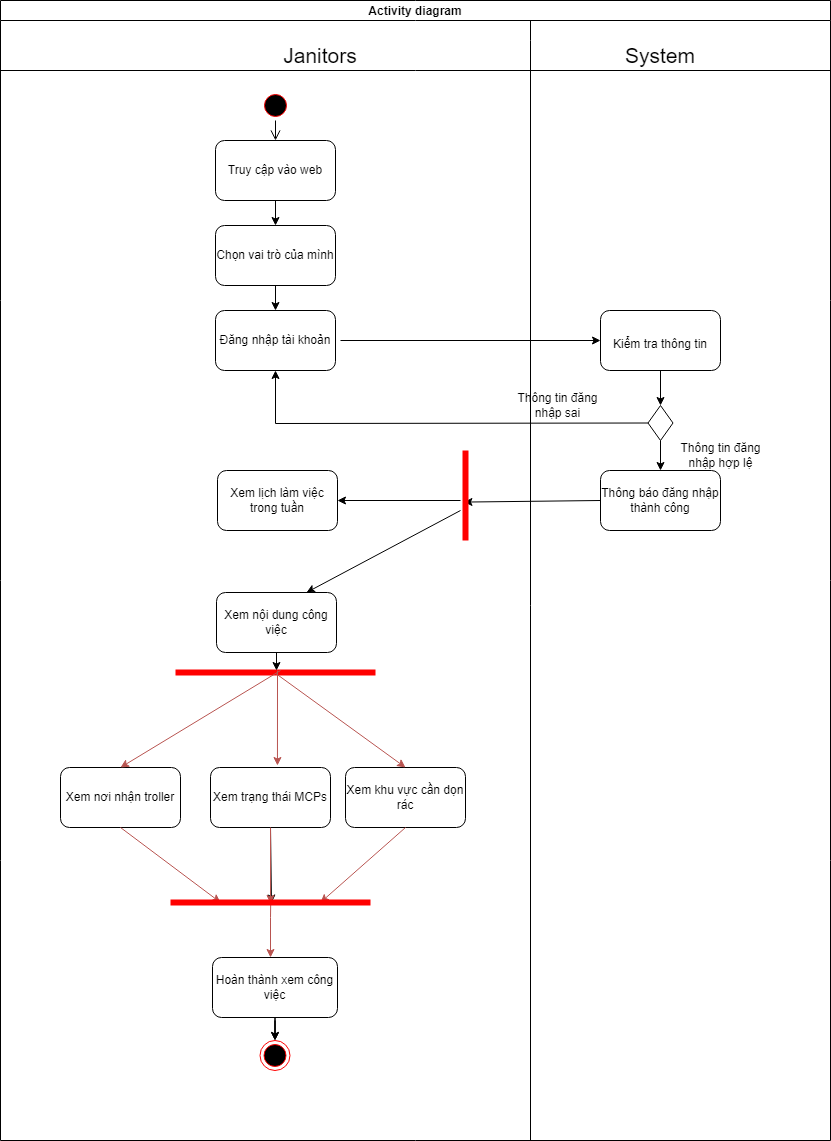
Above: System Modeling/Untitled Diagram.drawio.png in diyuenji/SE_assignment (draw.io), before the change. Source tidied: cells renumbered, new cells last; positions are measured from the earlier drawing's top-left corner, leaving out a move shared by most shapes. Source of this version:
```xml
<mxGraphModel>
  <root>
    <mxCell id="0" />
    <mxCell id="1" parent="0" />
    <mxCell id="2" value="Activity diagram" style="shape=table;startSize=20;rowLines=0;fontStyle=1;align=center;" parent="1" vertex="1">
      <mxGeometry width="830" height="1140" as="geometry" />
    </mxCell>
    <mxCell id="3" style="shape=tableRow;horizontal=0;startSize=0;swimlaneHead=0;swimlaneBody=0;fillColor=none;top=0;left=0;right=0;bottom=0;" parent="2" vertex="1">
      <mxGeometry y="20" width="830" height="20" as="geometry" />
    </mxCell>
    <mxCell id="4" style="shape=partialRectangle;fillColor=none;top=0;left=0;bottom=0;right=0;fontStyle=1;overflow=hidden;" parent="3" vertex="1">
      <mxGeometry width="530" height="20" as="geometry" />
    </mxCell>
    <mxCell id="5" style="shape=partialRectangle;fillColor=none;top=0;left=0;bottom=0;right=0;align=left;spacingLeft=6;fontStyle=5;overflow=hidden;" parent="3" vertex="1">
      <mxGeometry x="530" width="300" height="20" as="geometry" />
    </mxCell>
    <mxCell id="6" style="shape=tableRow;horizontal=0;startSize=0;swimlaneHead=0;swimlaneBody=0;fillColor=none;top=0;left=0;right=0;bottom=1;" parent="2" vertex="1">
      <mxGeometry y="40" width="830" height="30" as="geometry" />
    </mxCell>
    <mxCell id="7" style="shape=partialRectangle;fillColor=none;top=0;left=0;bottom=0;right=0;fontStyle=1;overflow=hidden;" parent="6" vertex="1">
      <mxGeometry width="530" height="30" as="geometry" />
    </mxCell>
    <mxCell id="8" style="shape=partialRectangle;fillColor=none;top=0;left=0;bottom=0;right=0;align=left;spacingLeft=6;fontStyle=5;overflow=hidden;" parent="6" vertex="1">
      <mxGeometry x="530" width="300" height="30" as="geometry" />
    </mxCell>
    <mxCell id="9" style="shape=tableRow;horizontal=0;startSize=0;swimlaneHead=0;swimlaneBody=0;fillColor=none;top=0;left=0;right=0;bottom=0;" parent="2" vertex="1">
      <mxGeometry y="70" width="830" height="1070" as="geometry" />
    </mxCell>
    <mxCell id="10" style="shape=partialRectangle;fillColor=none;top=0;left=0;bottom=0;right=0;overflow=hidden;" parent="9" vertex="1">
      <mxGeometry width="530" height="1070" as="geometry" />
    </mxCell>
    <mxCell id="11" style="shape=partialRectangle;fillColor=none;top=0;left=0;bottom=0;right=0;align=left;spacingLeft=6;overflow=hidden;" parent="9" vertex="1">
      <mxGeometry x="530" width="300" height="1070" as="geometry" />
    </mxCell>
    <mxCell id="12" value="Đăng nhập tài khoản" style="rounded=1;whiteSpace=wrap;html=1;fillColor=#FFFFFF;" parent="1" vertex="1">
      <mxGeometry x="215" y="310" width="120" height="60" as="geometry" />
    </mxCell>
    <mxCell id="13" style="rhombus;whiteSpace=wrap;html=1;" parent="1" vertex="1">
      <mxGeometry x="647.5" y="405" width="25" height="35" as="geometry" />
    </mxCell>
    <mxCell id="14" value="&lt;font style=&quot;font-size: 12px;&quot;&gt;Kiểm tra thông tin&lt;/font&gt;" style="rounded=1;whiteSpace=wrap;html=1;fontSize=21;fillColor=#FFFFFF;" parent="1" vertex="1">
      <mxGeometry x="600" y="310" width="120" height="60" as="geometry" />
    </mxCell>
    <mxCell id="15" value="&lt;font style=&quot;font-size: 21px;&quot;&gt;&lt;font style=&quot;font-size: 21px;&quot;&gt;Janitors&lt;/font&gt;&lt;/font&gt;" style="text;html=1;strokeColor=none;fillColor=none;align=center;verticalAlign=middle;whiteSpace=wrap;rounded=0;fontSize=21;" parent="1" vertex="1">
      <mxGeometry x="215" y="40" width="210" height="30" as="geometry" />
    </mxCell>
    <mxCell id="16" style="ellipse;html=1;shape=startState;fillColor=#000000;strokeColor=#ff0000;fontSize=21;" parent="1" vertex="1">
      <mxGeometry x="260" y="90" width="30" height="30" as="geometry" />
    </mxCell>
    <mxCell id="17" style="edgeStyle=orthogonalEdgeStyle;html=1;verticalAlign=bottom;endArrow=open;endSize=8;strokeColor=#000000;rounded=0;fontSize=21;entryX=0.5;entryY=0;entryDx=0;entryDy=0;exitX=0.5;exitY=1;exitDx=0;exitDy=0;" parent="1" edge="1" source="16" target="19">
      <mxGeometry relative="1" as="geometry" />
    </mxCell>
    <mxCell id="18" style="endArrow=classic;html=1;rounded=0;entryX=0;entryY=0.5;entryDx=0;entryDy=0;" parent="1" edge="1" target="14">
      <mxGeometry relative="1" as="geometry">
        <mxPoint x="340" y="340" as="sourcePoint" />
      </mxGeometry>
    </mxCell>
    <mxCell id="19" value="Truy cập vào web" style="rounded=1;whiteSpace=wrap;html=1;fillColor=#FFFFFF;" parent="1" vertex="1">
      <mxGeometry x="215" y="140" width="120" height="60" as="geometry" />
    </mxCell>
    <mxCell id="20" value="System" style="text;html=1;strokeColor=none;fillColor=none;align=center;verticalAlign=middle;whiteSpace=wrap;rounded=0;fontSize=21;" parent="1" vertex="1">
      <mxGeometry x="540" width="240" height="110" as="geometry" />
    </mxCell>
    <mxCell id="21" value="Thông báo đăng nhập thành công" style="rounded=1;whiteSpace=wrap;html=1;fontSize=12;fillColor=#FFFFFF;" parent="1" vertex="1">
      <mxGeometry x="600" y="470" width="120" height="60" as="geometry" />
    </mxCell>
    <mxCell id="22" value="Chọn vai trò của mình" style="rounded=1;whiteSpace=wrap;html=1;fontSize=12;fillColor=#FFFFFF;" parent="1" vertex="1">
      <mxGeometry x="215" y="225" width="120" height="60" as="geometry" />
    </mxCell>
    <mxCell id="23" style="endArrow=classic;html=1;rounded=0;exitX=0.5;exitY=1;exitDx=0;exitDy=0;entryX=0.5;entryY=0;entryDx=0;entryDy=0;" parent="1" edge="1" source="13" target="21">
      <mxGeometry relative="1" as="geometry" />
    </mxCell>
    <mxCell id="24" style="endArrow=classic;html=1;rounded=0;exitX=0.5;exitY=1;exitDx=0;exitDy=0;entryX=0.5;entryY=0;entryDx=0;entryDy=0;" parent="1" edge="1" source="14" target="13">
      <mxGeometry relative="1" as="geometry" />
    </mxCell>
    <mxCell id="25" style="endArrow=classic;html=1;rounded=0;exitX=0;exitY=0.5;exitDx=0;exitDy=0;entryX=0.5;entryY=1;entryDx=0;entryDy=0;" parent="1" edge="1" source="13" target="12">
      <mxGeometry relative="1" as="geometry">
        <Array as="points">
          <mxPoint x="275" y="423" />
        </Array>
      </mxGeometry>
    </mxCell>
    <mxCell id="26" value="Thông tin đăng nhập sai" style="text;html=1;strokeColor=none;fillColor=none;align=center;verticalAlign=middle;whiteSpace=wrap;rounded=0;" parent="1" vertex="1">
      <mxGeometry x="510" y="390" width="95" height="30" as="geometry" />
    </mxCell>
    <mxCell id="27" style="endArrow=classic;html=1;rounded=0;fontSize=12;exitX=0.5;exitY=1;exitDx=0;exitDy=0;entryX=0.5;entryY=0;entryDx=0;entryDy=0;" parent="1" edge="1" source="19" target="22">
      <mxGeometry relative="1" as="geometry" />
    </mxCell>
    <mxCell id="28" style="endArrow=classic;html=1;rounded=0;strokeColor=#000000;fontSize=21;fontColor=#000000;exitX=0.5;exitY=1;exitDx=0;exitDy=0;entryX=0.5;entryY=0;entryDx=0;entryDy=0;" parent="1" edge="1" source="22" target="12">
      <mxGeometry relative="1" as="geometry" />
    </mxCell>
    <mxCell id="29" value="Thông tin đăng nhập hợp lệ" style="text;html=1;strokeColor=none;fillColor=none;align=center;verticalAlign=middle;whiteSpace=wrap;rounded=0;" parent="1" vertex="1">
      <mxGeometry x="672.5" y="440" width="95" height="30" as="geometry" />
    </mxCell>
    <mxCell id="30" style="endArrow=classic;html=1;rounded=0;fontSize=12;exitX=0;exitY=0.5;exitDx=0;exitDy=0;entryX=0.573;entryY=0.657;entryDx=0;entryDy=0;entryPerimeter=0;" parent="1" edge="1" source="21" target="51">
      <mxGeometry relative="1" as="geometry" />
    </mxCell>
    <mxCell id="31" value="Xem lịch làm việc trong tuần&lt;br&gt;" style="rounded=1;whiteSpace=wrap;html=1;" parent="1" vertex="1">
      <mxGeometry x="217" y="470" width="120" height="60" as="geometry" />
    </mxCell>
    <mxCell id="32" value="Xem nội dung công việc" style="rounded=1;whiteSpace=wrap;html=1;" parent="1" vertex="1">
      <mxGeometry x="216" y="592" width="120" height="60" as="geometry" />
    </mxCell>
    <mxCell id="33" value="Xem khu vực cần dọn rác" style="rounded=1;whiteSpace=wrap;html=1;" parent="1" vertex="1">
      <mxGeometry x="345" y="767" width="120" height="60" as="geometry" />
    </mxCell>
    <mxCell id="34" value="Xem nơi nhận troller" style="rounded=1;whiteSpace=wrap;html=1;" parent="1" vertex="1">
      <mxGeometry x="60" y="767" width="120" height="60" as="geometry" />
    </mxCell>
    <mxCell id="35" value="Xem trạng thái MCPs" style="rounded=1;whiteSpace=wrap;html=1;" parent="1" vertex="1">
      <mxGeometry x="210" y="767" width="120" height="60" as="geometry" />
    </mxCell>
    <mxCell id="36" style="edgeStyle=orthogonalEdgeStyle;rounded=0;jettySize=auto;html=1;entryX=0.5;entryY=0;entryDx=0;entryDy=0;" parent="1" edge="1" source="37" target="40">
      <mxGeometry relative="1" as="geometry" />
    </mxCell>
    <mxCell id="37" value="Hoàn thành xem công việc" style="rounded=1;whiteSpace=wrap;html=1;" parent="1" vertex="1">
      <mxGeometry x="212" y="957" width="125" height="60" as="geometry" />
    </mxCell>
    <mxCell id="38" style="shape=line;html=1;strokeWidth=6;strokeColor=#ff0000;" parent="1" vertex="1">
      <mxGeometry x="175" y="667" width="200" height="10" as="geometry" />
    </mxCell>
    <mxCell id="39" style="endArrow=classic;html=1;rounded=0;strokeWidth=1;exitX=0.501;exitY=0.629;exitDx=0;exitDy=0;exitPerimeter=0;fillColor=#f8cecc;strokeColor=#b85450;" parent="1" edge="1" source="49">
      <mxGeometry relative="1" as="geometry">
        <mxPoint x="270" y="957" as="targetPoint" />
        <Array as="points">
          <mxPoint x="270" y="917" />
        </Array>
      </mxGeometry>
    </mxCell>
    <mxCell id="40" style="ellipse;html=1;shape=endState;fillColor=#000000;strokeColor=#ff0000;" parent="1" vertex="1">
      <mxGeometry x="259.5" y="1040" width="30" height="30" as="geometry" />
    </mxCell>
    <mxCell id="41" style="endArrow=classic;html=1;rounded=0;strokeWidth=1;exitX=0.5;exitY=1;exitDx=0;exitDy=0;entryX=0.25;entryY=0.5;entryDx=0;entryDy=0;entryPerimeter=0;fillColor=#f8cecc;strokeColor=#b85450;" parent="1" edge="1" source="34" target="49">
      <mxGeometry relative="1" as="geometry" />
    </mxCell>
    <mxCell id="42" style="endArrow=classic;html=1;rounded=0;strokeWidth=1;exitX=0.5;exitY=1;exitDx=0;exitDy=0;entryX=0.505;entryY=0.552;entryDx=0;entryDy=0;entryPerimeter=0;" parent="1" edge="1" source="35" target="49">
      <mxGeometry relative="1" as="geometry" />
    </mxCell>
    <mxCell id="43" style="endArrow=classic;html=1;rounded=0;strokeWidth=1;exitX=0.5;exitY=1;exitDx=0;exitDy=0;fillColor=#f8cecc;strokeColor=#b85450;entryX=0.5;entryY=0.6;entryDx=0;entryDy=0;entryPerimeter=0;" parent="1" edge="1" target="49">
      <mxGeometry relative="1" as="geometry">
        <mxPoint x="270" y="827" as="sourcePoint" />
      </mxGeometry>
    </mxCell>
    <mxCell id="44" style="endArrow=classic;html=1;rounded=0;strokeWidth=1;exitX=0.5;exitY=1;exitDx=0;exitDy=0;entryX=0.75;entryY=0.5;entryDx=0;entryDy=0;entryPerimeter=0;fillColor=#f8cecc;strokeColor=#b85450;" parent="1" edge="1" source="33" target="49">
      <mxGeometry relative="1" as="geometry" />
    </mxCell>
    <mxCell id="45" style="endArrow=classic;html=1;rounded=0;strokeColor=#b85450;strokeWidth=1;entryX=0.5;entryY=0;entryDx=0;entryDy=0;fillColor=#f8cecc;exitX=0.525;exitY=0.3;exitDx=0;exitDy=0;exitPerimeter=0;" parent="1" edge="1" source="38" target="34">
      <mxGeometry relative="1" as="geometry" />
    </mxCell>
    <mxCell id="46" style="endArrow=classic;html=1;rounded=0;strokeColor=#000000;strokeWidth=1;exitX=0.5;exitY=1;exitDx=0;exitDy=0;entryX=0.505;entryY=0.3;entryDx=0;entryDy=0;entryPerimeter=0;" parent="1" edge="1" source="32" target="38">
      <mxGeometry relative="1" as="geometry" />
    </mxCell>
    <mxCell id="47" style="endArrow=classic;html=1;rounded=0;strokeColor=#b85450;strokeWidth=1;entryX=0.558;entryY=-0.033;entryDx=0;entryDy=0;entryPerimeter=0;fillColor=#f8cecc;" parent="1" edge="1" target="35">
      <mxGeometry relative="1" as="geometry">
        <mxPoint x="277" y="670" as="sourcePoint" />
      </mxGeometry>
    </mxCell>
    <mxCell id="48" style="endArrow=classic;html=1;rounded=0;fillColor=#f8cecc;strokeColor=#b85450;exitX=0.503;exitY=0.624;exitDx=0;exitDy=0;exitPerimeter=0;entryX=0.5;entryY=0;entryDx=0;entryDy=0;" parent="1" edge="1" source="38" target="33">
      <mxGeometry relative="1" as="geometry" />
    </mxCell>
    <mxCell id="49" style="shape=line;html=1;strokeWidth=6;strokeColor=#ff0000;" parent="1" vertex="1">
      <mxGeometry x="170" y="897" width="200" height="10" as="geometry" />
    </mxCell>
    <mxCell id="50" style="endArrow=classic;html=1;rounded=0;exitX=0.5;exitY=1;exitDx=0;exitDy=0;entryX=0.5;entryY=0;entryDx=0;entryDy=0;" parent="1" edge="1" source="37" target="40">
      <mxGeometry relative="1" as="geometry" />
    </mxCell>
    <mxCell id="51" style="shape=line;html=1;strokeWidth=6;strokeColor=#ff0000;rotation=90;" parent="1" vertex="1">
      <mxGeometry x="420" y="490" width="90" height="10" as="geometry" />
    </mxCell>
    <mxCell id="52" style="endArrow=classic;html=1;rounded=0;entryX=1;entryY=0.5;entryDx=0;entryDy=0;" parent="1" edge="1" target="31">
      <mxGeometry relative="1" as="geometry">
        <mxPoint x="460" y="500" as="sourcePoint" />
      </mxGeometry>
    </mxCell>
    <mxCell id="53" style="endArrow=classic;html=1;rounded=0;entryX=0.75;entryY=0;entryDx=0;entryDy=0;" parent="1" edge="1" target="32">
      <mxGeometry relative="1" as="geometry">
        <mxPoint x="460" y="510" as="sourcePoint" />
      </mxGeometry>
    </mxCell>
  </root>
</mxGraphModel>
```
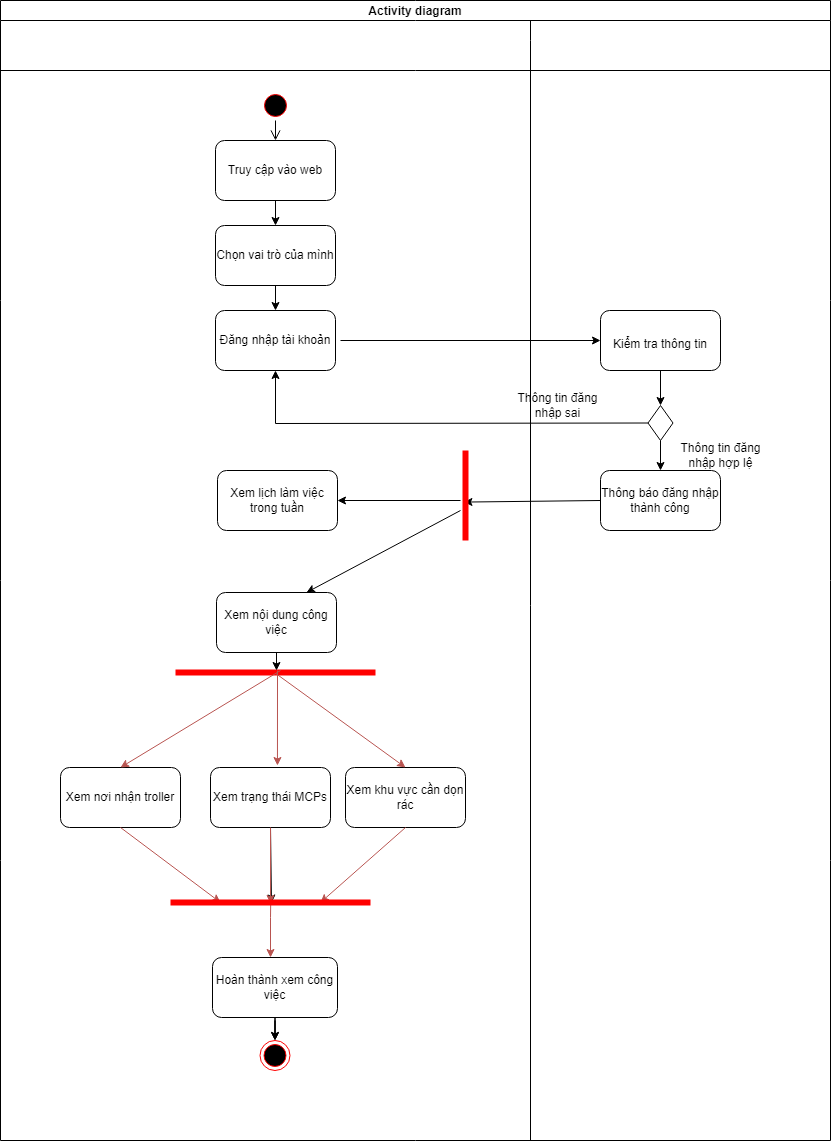
Above is the later version.

Change to the diagram source:
```diff
@@ -41,9 +41,6 @@
     <mxCell id="14" value="&lt;font style=&quot;font-size: 12px;&quot;&gt;Kiểm tra thông tin&lt;/font&gt;" style="rounded=1;whiteSpace=wrap;html=1;fontSize=21;fillColor=#FFFFFF;" parent="1" vertex="1">
       <mxGeometry x="600" y="310" width="120" height="60" as="geometry" />
     </mxCell>
-    <mxCell id="15" value="&lt;font style=&quot;font-size: 21px;&quot;&gt;&lt;font style=&quot;font-size: 21px;&quot;&gt;Janitors&lt;/font&gt;&lt;/font&gt;" style="text;html=1;strokeColor=none;fillColor=none;align=center;verticalAlign=middle;whiteSpace=wrap;rounded=0;fontSize=21;" parent="1" vertex="1">
-      <mxGeometry x="215" y="40" width="210" height="30" as="geometry" />
-    </mxCell>
     <mxCell id="16" style="ellipse;html=1;shape=startState;fillColor=#000000;strokeColor=#ff0000;fontSize=21;" parent="1" vertex="1">
       <mxGeometry x="260" y="90" width="30" height="30" as="geometry" />
     </mxCell>
@@ -58,9 +55,6 @@
     <mxCell id="19" value="Truy cập vào web" style="rounded=1;whiteSpace=wrap;html=1;fillColor=#FFFFFF;" parent="1" vertex="1">
       <mxGeometry x="215" y="140" width="120" height="60" as="geometry" />
     </mxCell>
-    <mxCell id="20" value="System" style="text;html=1;strokeColor=none;fillColor=none;align=center;verticalAlign=middle;whiteSpace=wrap;rounded=0;fontSize=21;" parent="1" vertex="1">
-      <mxGeometry x="540" width="240" height="110" as="geometry" />
-    </mxCell>
     <mxCell id="21" value="Thông báo đăng nhập thành công" style="rounded=1;whiteSpace=wrap;html=1;fontSize=12;fillColor=#FFFFFF;" parent="1" vertex="1">
       <mxGeometry x="600" y="470" width="120" height="60" as="geometry" />
     </mxCell>
```
